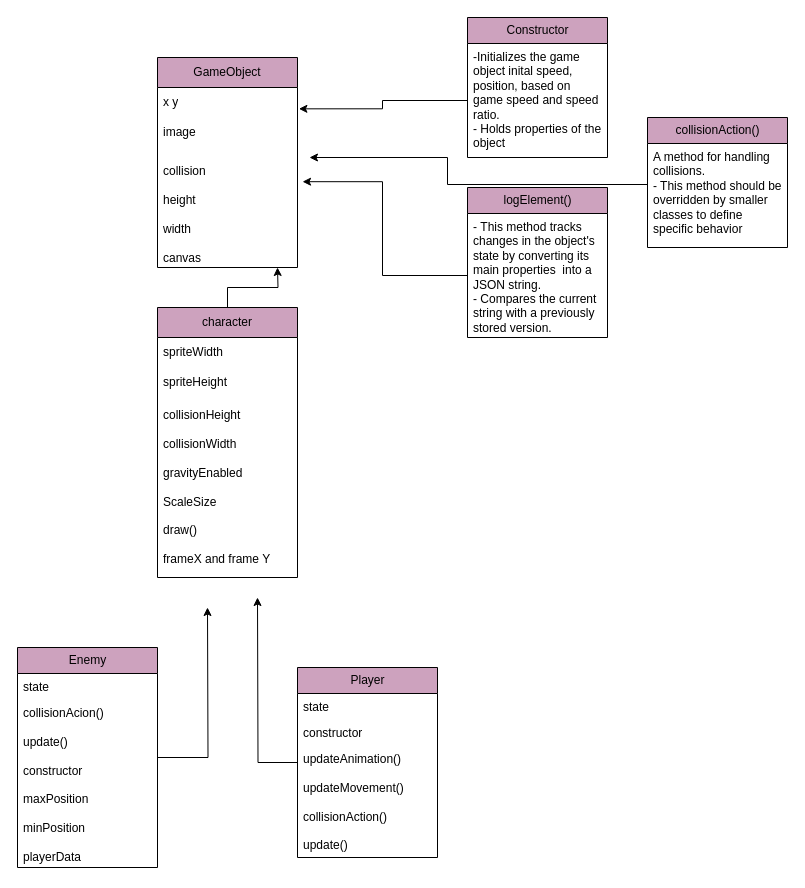
areeba-ahmed/areeba-tri-3 keeps this draw.io diagram as _posts/Untitled Diagram.drawio. Above is the earlier version. Source tidied: cells renumbered, new cells numbered last; positions are measured from the earlier drawing's top-left corner, leaving out a move shared by most shapes. Both pictures are drawn from the tidied source at 100%, with x=0, y=0 at pixel (17, 17).
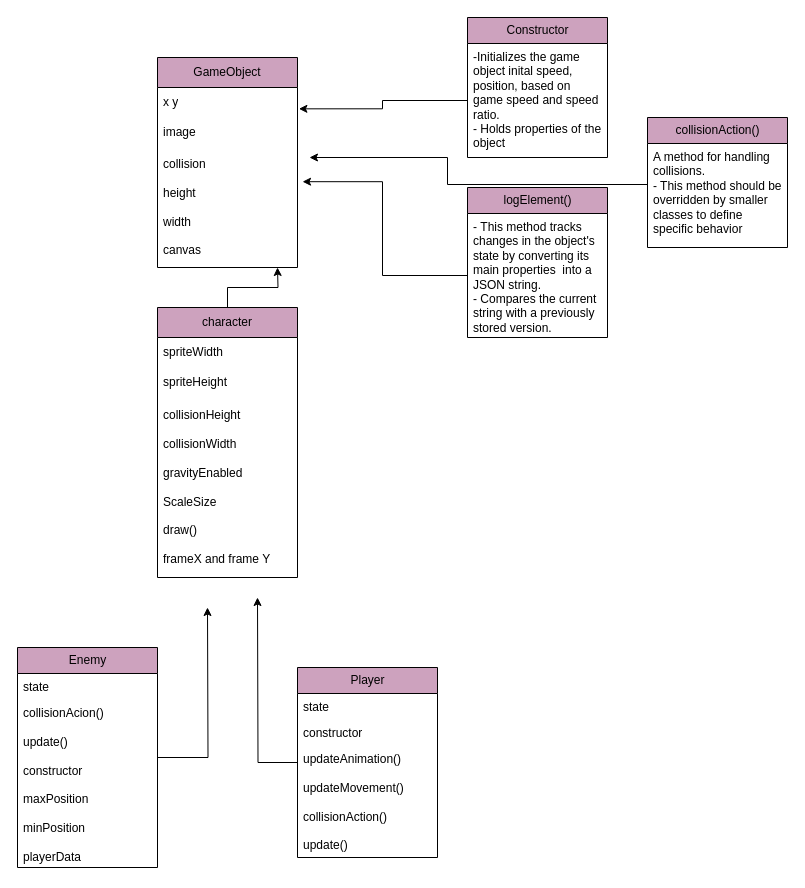
The same diagram, later.

The change refers to these unchanged cells:
```xml
<mxCell id="2" value="GameObject" style="swimlane;fontStyle=0;horizontal=1;startSize=30;whiteSpace=wrap;html=1;fillColor=#CDA2BE;" parent="1" vertex="1">
  <mxGeometry x="140" y="40" width="140" height="210" as="geometry" />
</mxCell>
```

The edit, as a diff of the source:
```diff
@@
-    <mxCell id="5" value="&lt;div&gt;&lt;br&gt;&lt;/div&gt;&lt;div&gt;&lt;span style=&quot;background-color: initial;&quot;&gt;collision&lt;/span&gt;&lt;br&gt;&lt;/div&gt;&lt;div&gt;&lt;br&gt;&lt;/div&gt;&lt;div&gt;height&lt;/div&gt;&lt;div&gt;&lt;br&gt;&lt;/div&gt;&lt;div&gt;width&lt;/div&gt;&lt;div&gt;&lt;br&gt;&lt;/div&gt;canvas" style="text;strokeColor=none;fillColor=none;align=left;verticalAlign=middle;spacingLeft=4;spacingRight=4;overflow=hidden;points=[[0,0.5],[1,0.5]];portConstraint=eastwest;whiteSpace=wrap;html=1;" parent="2" vertex="1">
+    <mxCell id="5" value="&lt;div&gt;&lt;span style=&quot;background-color: initial;&quot;&gt;collision&lt;/span&gt;&lt;br&gt;&lt;/div&gt;&lt;div&gt;&lt;br&gt;&lt;/div&gt;&lt;div&gt;height&lt;/div&gt;&lt;div&gt;&lt;br&gt;&lt;/div&gt;&lt;div&gt;width&lt;/div&gt;&lt;div&gt;&lt;br&gt;&lt;/div&gt;canvas" style="text;strokeColor=none;fillColor=none;align=left;verticalAlign=middle;spacingLeft=4;spacingRight=4;overflow=hidden;points=[[0,0.5],[1,0.5]];portConstraint=eastwest;whiteSpace=wrap;html=1;" parent="2" vertex="1">
       <mxGeometry y="90" width="140" height="120" as="geometry" />
     </mxCell>
```
